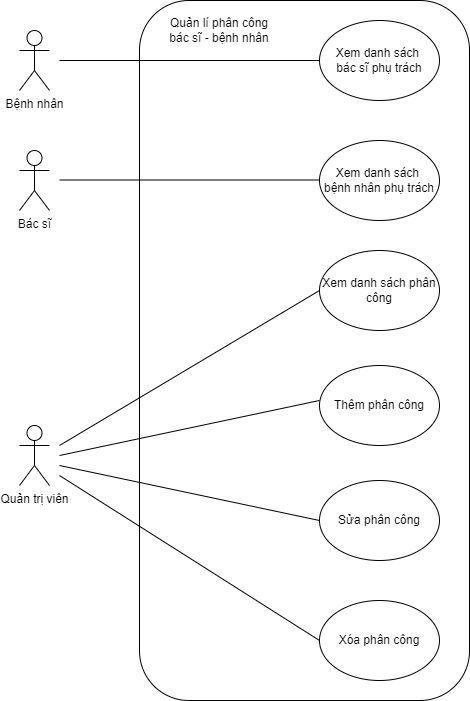
Earlier version of the draw.io export latex_thesis/Images/use_case/use_case_manage_pda.png (techcomrade/fmECG). Source tidied: cells renumbered, new cells last; positions are measured from the earlier drawing's top-left corner, leaving out a move shared by most shapes.
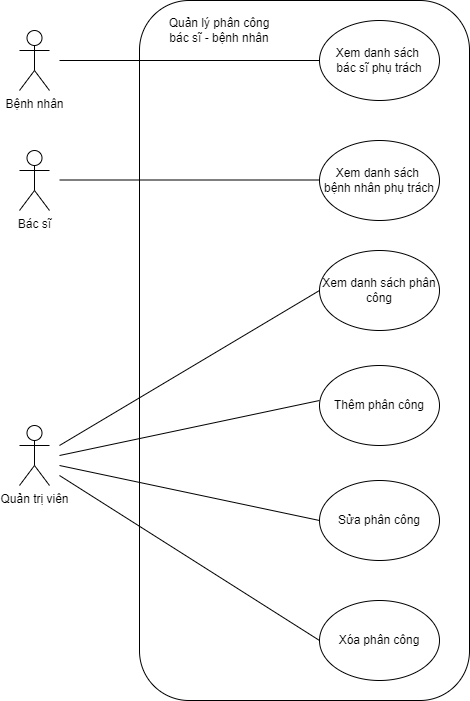
Later version of the same file.

The edit, as a diff of the source:
```diff
@@ -20,7 +20,7 @@
         <mxPoint x="300" y="400" as="targetPoint" />
       </mxGeometry>
     </mxCell>
-    <mxCell id="6" value="Quản lí phân công bác sĩ - bệnh nhân" style="text;html=1;align=center;verticalAlign=middle;whiteSpace=wrap;rounded=0;" parent="1" vertex="1">
+    <mxCell id="6" value="Quản lý phân công bác sĩ - bệnh nhân" style="text;html=1;align=center;verticalAlign=middle;whiteSpace=wrap;rounded=0;" parent="1" vertex="1">
       <mxGeometry x="140" y="15" width="120" height="30" as="geometry" />
     </mxCell>
     <mxCell id="7" value="Xem danh sách phân công" style="ellipse;whiteSpace=wrap;html=1;" parent="1" vertex="1">
```
